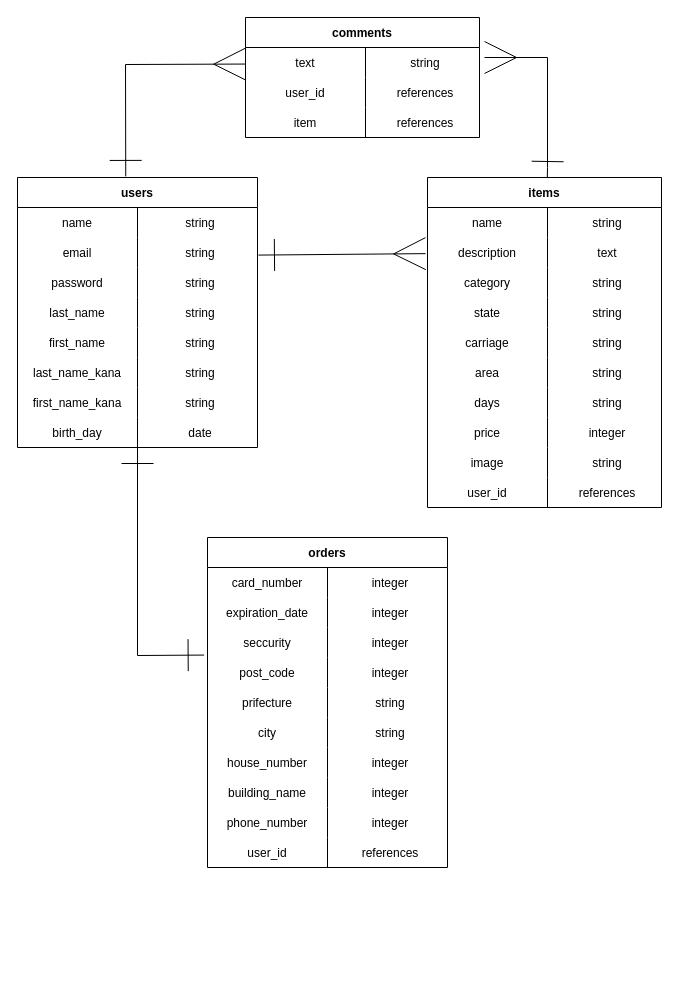
Earlier version of the draw.io diagram ER.dio (takamasa3288/furima-31935). Source tidied: cells renumbered, new cells numbered last; positions are measured from the earlier drawing's top-left corner, leaving out a move shared by most shapes. Both pictures are drawn from the tidied source at 100%, with x=0, y=0 at pixel (17, 17).
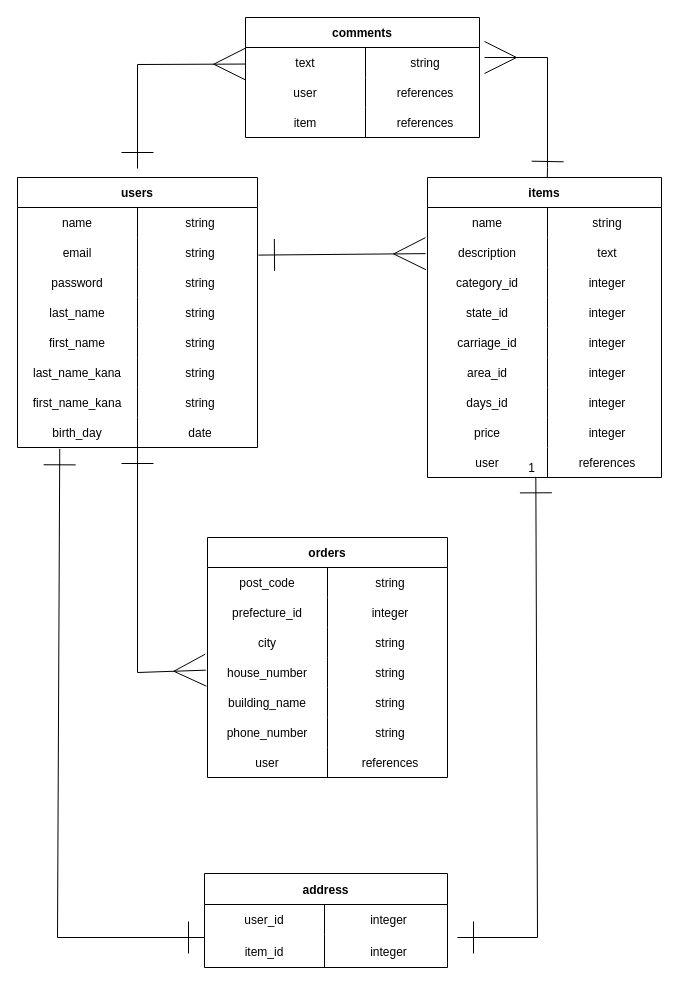
The same diagram, later.

Unchanged cells that the change refers to:
```xml
<mxCell id="5" value="users" style="shape=table;startSize=30;childLayout=tableLayout;rowLines=0;fontStyle=1;align=center;fillColor=none;" parent="1" vertex="1">
  <mxGeometry y="160" width="240" height="270" as="geometry" />
</mxCell>
<mxCell id="27" style="shape=partialRectangle;fillColor=none;top=0;left=0;bottom=0;right=0;points=[[0,0.5],[1,0.5]];portConstraint=eastwest;" parent="5" vertex="1">
  <mxGeometry y="240" width="240" height="30" as="geometry" />
</mxCell>
<mxCell id="38" style="shape=partialRectangle;fillColor=none;top=0;left=0;bottom=0;right=0;" parent="31" vertex="1">
  <mxGeometry y="90" width="234" height="30" as="geometry" />
</mxCell>
<mxCell id="41" style="shape=partialRectangle;fillColor=none;top=0;left=0;bottom=0;right=0;" parent="31" vertex="1">
  <mxGeometry y="120" width="234" height="30" as="geometry" />
</mxCell>
<mxCell id="44" style="shape=partialRectangle;fillColor=none;top=0;left=0;bottom=0;right=0;" parent="31" vertex="1">
  <mxGeometry y="150" width="234" height="30" as="geometry" />
</mxCell>
<mxCell id="47" style="shape=partialRectangle;fillColor=none;top=0;left=0;bottom=0;right=0;" parent="31" vertex="1">
  <mxGeometry y="180" width="234" height="30" as="geometry" />
</mxCell>
<mxCell id="50" style="shape=partialRectangle;fillColor=none;top=0;left=0;bottom=0;right=0;" parent="31" vertex="1">
  <mxGeometry y="210" width="234" height="30" as="geometry" />
</mxCell>
<mxCell id="93" value="comments" style="shape=table;startSize=30;childLayout=tableLayout;rowLines=0;fontStyle=1;align=center;fillColor=none;" parent="1" vertex="1">
  <mxGeometry x="228" width="234" height="120" as="geometry" />
</mxCell>
<mxCell id="97" style="shape=partialRectangle;fillColor=none;top=0;left=0;bottom=0;right=0;" parent="93" vertex="1">
  <mxGeometry y="60" width="234" height="30" as="geometry" />
</mxCell>
```

Diff of the diagram source:
```diff
@@
-    <mxCell id="3" style="edgeStyle=none;rounded=0;jettySize=auto;html=1;entryX=0.001;entryY=0.388;entryDx=0;entryDy=0;entryPerimeter=0;startSize=30;endArrow=ERmany;endFill=0;exitX=0.451;exitY=-0.004;exitDx=0;exitDy=0;exitPerimeter=0;endSize=30;startFill=0;startArrow=ERone;" parent="1" edge="1" source="5" target="93">
+    <mxCell id="3" style="edgeStyle=none;rounded=0;jettySize=auto;html=1;entryX=0.001;entryY=0.388;entryDx=0;entryDy=0;entryPerimeter=0;startSize=30;endArrow=ERmany;endFill=0;endSize=30;startFill=0;startArrow=ERone;" parent="1" edge="1" target="93">
       <mxGeometry relative="1" as="geometry">
+        <mxPoint x="120" y="151" as="sourcePoint" />
         <Array as="points">
-          <mxPoint x="108" y="47" />
+          <mxPoint x="120" y="47" />
         </Array>
       </mxGeometry>
     </mxCell>
-    <mxCell id="4" style="edgeStyle=none;rounded=0;jettySize=auto;html=1;startSize=30;endArrow=ERone;endFill=0;entryX=-0.014;entryY=-0.081;entryDx=0;entryDy=0;entryPerimeter=0;startArrow=ERone;startFill=0;endSize=30;" parent="1" edge="1" source="5" target="72">
+    <mxCell id="4" style="edgeStyle=none;rounded=0;jettySize=auto;html=1;startSize=30;endArrow=ERmany;endFill=0;entryX=-0.007;entryY=0.422;entryDx=0;entryDy=0;entryPerimeter=0;startArrow=ERone;startFill=0;endSize=30;" parent="1" edge="1" source="5" target="81">
       <mxGeometry relative="1" as="geometry">
         <Array as="points">
-          <mxPoint x="120" y="638" />
+          <mxPoint x="120" y="655" />
         </Array>
       </mxGeometry>
     </mxCell>
@@
     <mxCell id="31" value="items" style="shape=table;startSize=30;childLayout=tableLayout;rowLines=0;fontStyle=1;align=center;fillColor=none;" parent="1" vertex="1">
-      <mxGeometry x="410" y="160" width="234" height="330" as="geometry" />
+      <mxGeometry x="410" y="160" width="234" height="300" as="geometry" />
     </mxCell>
@@
-    <mxCell id="39" value="category" style="shape=partialRectangle;fillColor=none;top=0;left=0;bottom=0;right=0;overflow=hidden;" parent="38" vertex="1">
+    <mxCell id="39" value="category_id" style="shape=partialRectangle;fillColor=none;top=0;left=0;bottom=0;right=0;overflow=hidden;" parent="38" vertex="1">
       <mxGeometry width="120" height="30" as="geometry" />
     </mxCell>
-    <mxCell id="40" value="string" style="shape=partialRectangle;fillColor=none;top=0;left=0;bottom=0;right=0;align=center;spacingLeft=6;overflow=hidden;shadow=0;" parent="38" vertex="1">
+    <mxCell id="40" value="integer" style="shape=partialRectangle;fillColor=none;top=0;left=0;bottom=0;right=0;align=center;spacingLeft=6;overflow=hidden;shadow=0;" parent="38" vertex="1">
       <mxGeometry x="120" width="114" height="30" as="geometry" />
     </mxCell>
@@
-    <mxCell id="42" value="state" style="shape=partialRectangle;fillColor=none;top=0;left=0;bottom=0;right=0;overflow=hidden;" parent="41" vertex="1">
+    <mxCell id="42" value="state_id" style="shape=partialRectangle;fillColor=none;top=0;left=0;bottom=0;right=0;overflow=hidden;" parent="41" vertex="1">
       <mxGeometry width="120" height="30" as="geometry" />
     </mxCell>
-    <mxCell id="43" value="string" style="shape=partialRectangle;fillColor=none;top=0;left=0;bottom=0;right=0;align=center;spacingLeft=6;overflow=hidden;shadow=0;" parent="41" vertex="1">
+    <mxCell id="43" value="integer" style="shape=partialRectangle;fillColor=none;top=0;left=0;bottom=0;right=0;align=center;spacingLeft=6;overflow=hidden;shadow=0;" parent="41" vertex="1">
       <mxGeometry x="120" width="114" height="30" as="geometry" />
     </mxCell>
@@
-    <mxCell id="45" value="carriage" style="shape=partialRectangle;fillColor=none;top=0;left=0;bottom=0;right=0;overflow=hidden;" parent="44" vertex="1">
+    <mxCell id="45" value="carriage_id" style="shape=partialRectangle;fillColor=none;top=0;left=0;bottom=0;right=0;overflow=hidden;" parent="44" vertex="1">
       <mxGeometry width="120" height="30" as="geometry" />
     </mxCell>
-    <mxCell id="46" value="string" style="shape=partialRectangle;fillColor=none;top=0;left=0;bottom=0;right=0;align=center;spacingLeft=6;overflow=hidden;shadow=0;" parent="44" vertex="1">
+    <mxCell id="46" value="integer" style="shape=partialRectangle;fillColor=none;top=0;left=0;bottom=0;right=0;align=center;spacingLeft=6;overflow=hidden;shadow=0;" parent="44" vertex="1">
       <mxGeometry x="120" width="114" height="30" as="geometry" />
     </mxCell>
@@
-    <mxCell id="48" value="area" style="shape=partialRectangle;fillColor=none;top=0;left=0;bottom=0;right=0;overflow=hidden;" parent="47" vertex="1">
+    <mxCell id="48" value="area_id" style="shape=partialRectangle;fillColor=none;top=0;left=0;bottom=0;right=0;overflow=hidden;" parent="47" vertex="1">
       <mxGeometry width="120" height="30" as="geometry" />
     </mxCell>
-    <mxCell id="49" value="string" style="shape=partialRectangle;fillColor=none;top=0;left=0;bottom=0;right=0;align=center;spacingLeft=6;overflow=hidden;shadow=0;" parent="47" vertex="1">
+    <mxCell id="49" value="integer" style="shape=partialRectangle;fillColor=none;top=0;left=0;bottom=0;right=0;align=center;spacingLeft=6;overflow=hidden;shadow=0;" parent="47" vertex="1">
       <mxGeometry x="120" width="114" height="30" as="geometry" />
     </mxCell>
@@
-    <mxCell id="51" value="days" style="shape=partialRectangle;fillColor=none;top=0;left=0;bottom=0;right=0;overflow=hidden;" parent="50" vertex="1">
+    <mxCell id="51" value="days_id" style="shape=partialRectangle;fillColor=none;top=0;left=0;bottom=0;right=0;overflow=hidden;" parent="50" vertex="1">
       <mxGeometry width="120" height="30" as="geometry" />
     </mxCell>
-    <mxCell id="52" value="string" style="shape=partialRectangle;fillColor=none;top=0;left=0;bottom=0;right=0;align=center;spacingLeft=6;overflow=hidden;shadow=0;" parent="50" vertex="1">
+    <mxCell id="52" value="integer" style="shape=partialRectangle;fillColor=none;top=0;left=0;bottom=0;right=0;align=center;spacingLeft=6;overflow=hidden;shadow=0;" parent="50" vertex="1">
       <mxGeometry x="120" width="114" height="30" as="geometry" />
     </mxCell>
@@
-    <mxCell id="56" style="shape=partialRectangle;fillColor=none;top=0;left=0;bottom=0;right=0;" parent="31" vertex="1">
-      <mxGeometry y="270" width="234" height="30" as="geometry" />
-    </mxCell>
-    <mxCell id="57" value="image" style="shape=partialRectangle;fillColor=none;top=0;left=0;bottom=0;right=0;overflow=hidden;" parent="56" vertex="1">
-      <mxGeometry width="120" height="30" as="geometry" />
-    </mxCell>
-    <mxCell id="58" value="string" style="shape=partialRectangle;fillColor=none;top=0;left=0;bottom=0;right=0;align=center;spacingLeft=6;overflow=hidden;shadow=0;" parent="56" vertex="1">
-      <mxGeometry x="120" width="114" height="30" as="geometry" />
-    </mxCell>
     <mxCell id="59" style="shape=partialRectangle;fillColor=none;top=0;left=0;bottom=0;right=0;points=[[0,0.5],[1,0.5]];portConstraint=eastwest;" parent="31" vertex="1">
-      <mxGeometry y="300" width="234" height="30" as="geometry" />
+      <mxGeometry y="270" width="234" height="30" as="geometry" />
     </mxCell>
-    <mxCell id="60" value="user_id" style="shape=partialRectangle;fillColor=none;top=0;left=0;bottom=0;right=0;overflow=hidden;" parent="59" vertex="1">
+    <mxCell id="60" value="user" style="shape=partialRectangle;fillColor=none;top=0;left=0;bottom=0;right=0;overflow=hidden;" parent="59" vertex="1">
       <mxGeometry width="120" height="30" as="geometry" />
     </mxCell>
@@
     <mxCell id="62" value="orders" style="shape=table;startSize=30;childLayout=tableLayout;rowLines=0;fontStyle=1;align=center;fillColor=none;" parent="1" vertex="1">
-      <mxGeometry x="190" y="520" width="240" height="330" as="geometry" />
+      <mxGeometry x="190" y="520" width="240" height="240" as="geometry" />
     </mxCell>
-    <mxCell id="63" style="shape=partialRectangle;fillColor=none;top=0;left=0;bottom=0;right=0;" parent="62" vertex="1">
-      <mxGeometry y="30" width="240" height="30" as="geometry" />
-    </mxCell>
-    <mxCell id="64" value="card_number" style="shape=partialRectangle;fillColor=none;top=0;left=0;bottom=0;right=0;overflow=hidden;" parent="63" vertex="1">
-      <mxGeometry width="120" height="30" as="geometry" />
-    </mxCell>
-    <mxCell id="65" value="integer" style="shape=partialRectangle;fillColor=none;top=0;left=0;bottom=0;right=0;align=center;spacingLeft=6;overflow=hidden;shadow=0;" parent="63" vertex="1">
-      <mxGeometry x="120" width="120" height="30" as="geometry" />
-    </mxCell>
-    <mxCell id="66" style="shape=partialRectangle;fillColor=none;top=0;left=0;bottom=0;right=0;" parent="62" vertex="1">
-      <mxGeometry y="60" width="240" height="30" as="geometry" />
-    </mxCell>
-    <mxCell id="67" value="expiration_date" style="shape=partialRectangle;fillColor=none;top=0;left=0;bottom=0;right=0;overflow=hidden;" parent="66" vertex="1">
-      <mxGeometry width="120" height="30" as="geometry" />
-    </mxCell>
-    <mxCell id="68" value="integer" style="shape=partialRectangle;fillColor=none;top=0;left=0;bottom=0;right=0;align=center;spacingLeft=6;overflow=hidden;shadow=0;" parent="66" vertex="1">
-      <mxGeometry x="120" width="120" height="30" as="geometry" />
-    </mxCell>
-    <mxCell id="69" style="shape=partialRectangle;fillColor=none;top=0;left=0;bottom=0;right=0;" parent="62" vertex="1">
-      <mxGeometry y="90" width="240" height="30" as="geometry" />
-    </mxCell>
-    <mxCell id="70" value="seccurity" style="shape=partialRectangle;fillColor=none;top=0;left=0;bottom=0;right=0;overflow=hidden;" parent="69" vertex="1">
-      <mxGeometry width="120" height="30" as="geometry" />
-    </mxCell>
-    <mxCell id="71" value="integer" style="shape=partialRectangle;fillColor=none;top=0;left=0;bottom=0;right=0;align=center;spacingLeft=6;overflow=hidden;shadow=0;" parent="69" vertex="1">
-      <mxGeometry x="120" width="120" height="30" as="geometry" />
-    </mxCell>
     <mxCell id="72" style="shape=partialRectangle;fillColor=none;top=0;left=0;bottom=0;right=0;points=[[0,0.5],[1,0.5]];portConstraint=eastwest;" parent="62" vertex="1">
-      <mxGeometry y="120" width="240" height="30" as="geometry" />
+      <mxGeometry y="30" width="240" height="30" as="geometry" />
     </mxCell>
@@
-    <mxCell id="74" value="integer" style="shape=partialRectangle;fillColor=none;top=0;left=0;bottom=0;right=0;align=center;spacingLeft=6;overflow=hidden;shadow=0;" parent="72" vertex="1">
+    <mxCell id="74" value="string" style="shape=partialRectangle;fillColor=none;top=0;left=0;bottom=0;right=0;align=center;spacingLeft=6;overflow=hidden;shadow=0;" parent="72" vertex="1">
       <mxGeometry x="120" width="120" height="30" as="geometry" />
     </mxCell>
     <mxCell id="75" style="shape=partialRectangle;fillColor=none;top=0;left=0;bottom=0;right=0;" parent="62" vertex="1">
-      <mxGeometry y="150" width="240" height="30" as="geometry" />
+      <mxGeometry y="60" width="240" height="30" as="geometry" />
     </mxCell>
-    <mxCell id="76" value="prifecture" style="shape=partialRectangle;fillColor=none;top=0;left=0;bottom=0;right=0;overflow=hidden;" parent="75" vertex="1">
+    <mxCell id="76" value="prefecture_id" style="shape=partialRectangle;fillColor=none;top=0;left=0;bottom=0;right=0;overflow=hidden;fontStyle=0;" parent="75" vertex="1">
       <mxGeometry width="120" height="30" as="geometry" />
     </mxCell>
-    <mxCell id="77" value="string" style="shape=partialRectangle;fillColor=none;top=0;left=0;bottom=0;right=0;align=center;spacingLeft=6;overflow=hidden;shadow=0;" parent="75" vertex="1">
+    <mxCell id="77" value="integer" style="shape=partialRectangle;fillColor=none;top=0;left=0;bottom=0;right=0;align=center;spacingLeft=6;overflow=hidden;shadow=0;" parent="75" vertex="1">
       <mxGeometry x="120" width="120" height="30" as="geometry" />
     </mxCell>
     <mxCell id="78" style="shape=partialRectangle;fillColor=none;top=0;left=0;bottom=0;right=0;" parent="62" vertex="1">
-      <mxGeometry y="180" width="240" height="30" as="geometry" />
+      <mxGeometry y="90" width="240" height="30" as="geometry" />
     </mxCell>
@@
     <mxCell id="81" style="shape=partialRectangle;fillColor=none;top=0;left=0;bottom=0;right=0;points=[[0,0.5],[1,0.5]];portConstraint=eastwest;" parent="62" vertex="1">
-      <mxGeometry y="210" width="240" height="30" as="geometry" />
+      <mxGeometry y="120" width="240" height="30" as="geometry" />
     </mxCell>
@@
-    <mxCell id="83" value="integer" style="shape=partialRectangle;fillColor=none;top=0;left=0;bottom=0;right=0;align=center;spacingLeft=6;overflow=hidden;shadow=0;" parent="81" vertex="1">
+    <mxCell id="83" value="string" style="shape=partialRectangle;fillColor=none;top=0;left=0;bottom=0;right=0;align=center;spacingLeft=6;overflow=hidden;shadow=0;" parent="81" vertex="1">
       <mxGeometry x="120" width="120" height="30" as="geometry" />
     </mxCell>
     <mxCell id="84" style="shape=partialRectangle;fillColor=none;top=0;left=0;bottom=0;right=0;" parent="62" vertex="1">
-      <mxGeometry y="240" width="240" height="30" as="geometry" />
+      <mxGeometry y="150" width="240" height="30" as="geometry" />
     </mxCell>
@@
-    <mxCell id="86" value="integer" style="shape=partialRectangle;fillColor=none;top=0;left=0;bottom=0;right=0;align=center;spacingLeft=6;overflow=hidden;shadow=0;" parent="84" vertex="1">
+    <mxCell id="86" value="string" style="shape=partialRectangle;fillColor=none;top=0;left=0;bottom=0;right=0;align=center;spacingLeft=6;overflow=hidden;shadow=0;" parent="84" vertex="1">
       <mxGeometry x="120" width="120" height="30" as="geometry" />
     </mxCell>
     <mxCell id="87" style="shape=partialRectangle;fillColor=none;top=0;left=0;bottom=0;right=0;" parent="62" vertex="1">
-      <mxGeometry y="270" width="240" height="30" as="geometry" />
+      <mxGeometry y="180" width="240" height="30" as="geometry" />
     </mxCell>
@@
-    <mxCell id="89" value="integer" style="shape=partialRectangle;fillColor=none;top=0;left=0;bottom=0;right=0;align=center;spacingLeft=6;overflow=hidden;shadow=0;" parent="87" vertex="1">
+    <mxCell id="89" value="string" style="shape=partialRectangle;fillColor=none;top=0;left=0;bottom=0;right=0;align=center;spacingLeft=6;overflow=hidden;shadow=0;" parent="87" vertex="1">
       <mxGeometry x="120" width="120" height="30" as="geometry" />
     </mxCell>
     <mxCell id="90" style="shape=partialRectangle;fillColor=none;top=0;left=0;bottom=0;right=0;" parent="62" vertex="1">
-      <mxGeometry y="300" width="240" height="30" as="geometry" />
+      <mxGeometry y="210" width="240" height="30" as="geometry" />
     </mxCell>
-    <mxCell id="91" value="user_id" style="shape=partialRectangle;fillColor=none;top=0;left=0;bottom=0;right=0;overflow=hidden;" parent="90" vertex="1">
+    <mxCell id="91" value="user" style="shape=partialRectangle;fillColor=none;top=0;left=0;bottom=0;right=0;overflow=hidden;" parent="90" vertex="1">
       <mxGeometry width="120" height="30" as="geometry" />
     </mxCell>
@@
-    <mxCell id="98" value="user_id" style="shape=partialRectangle;fillColor=none;top=0;left=0;bottom=0;right=0;overflow=hidden;" parent="97" vertex="1">
+    <mxCell id="98" value="user" style="shape=partialRectangle;fillColor=none;top=0;left=0;bottom=0;right=0;overflow=hidden;" parent="97" vertex="1">
       <mxGeometry width="120" height="30" as="geometry" />
     </mxCell>
@@
+    <mxCell id="104" value="address" style="shape=table;startSize=31;childLayout=tableLayout;rowLines=0;fontStyle=1;align=center;fillColor=none;labelBackgroundColor=none;" parent="1" vertex="1">
+      <mxGeometry x="187" y="856" width="243" height="94" as="geometry" />
+    </mxCell>
+    <mxCell id="105" style="shape=partialRectangle;fillColor=none;top=0;left=0;bottom=0;right=0;" parent="104" vertex="1">
+      <mxGeometry y="31" width="243" height="30" as="geometry" />
+    </mxCell>
+    <mxCell id="106" value="user_id" style="shape=partialRectangle;fillColor=none;top=0;left=0;bottom=0;right=0;overflow=hidden;" parent="105" vertex="1">
+      <mxGeometry width="120" height="30" as="geometry" />
+    </mxCell>
+    <mxCell id="107" value="integer" style="shape=partialRectangle;fillColor=none;top=0;left=0;bottom=0;right=0;align=center;spacingLeft=6;overflow=hidden;shadow=0;" parent="105" vertex="1">
+      <mxGeometry x="120" width="123" height="30" as="geometry" />
+    </mxCell>
+    <mxCell id="108" style="shape=partialRectangle;fillColor=none;top=0;left=0;bottom=0;right=0;" parent="104" vertex="1">
+      <mxGeometry y="61" width="243" height="33" as="geometry" />
+    </mxCell>
+    <mxCell id="109" value="item_id" style="shape=partialRectangle;fillColor=none;top=0;left=0;bottom=0;right=0;overflow=hidden;" parent="108" vertex="1">
+      <mxGeometry width="120" height="33" as="geometry" />
+    </mxCell>
+    <mxCell id="110" value="integer" style="shape=partialRectangle;fillColor=none;top=0;left=0;bottom=0;right=0;align=center;spacingLeft=6;overflow=hidden;shadow=0;" parent="108" vertex="1">
+      <mxGeometry x="120" width="123" height="33" as="geometry" />
+    </mxCell>
+    <mxCell id="111" style="endArrow=ERone;html=1;rounded=0;entryX=0.463;entryY=0.978;entryDx=0;entryDy=0;entryPerimeter=0;startArrow=ERone;startFill=0;endSize=30;endFill=0;startSize=30;" parent="1" edge="1" target="59">
+      <mxGeometry relative="1" as="geometry">
+        <mxPoint x="440" y="920" as="sourcePoint" />
+        <Array as="points">
+          <mxPoint x="520" y="920" />
+        </Array>
+      </mxGeometry>
+    </mxCell>
+    <mxCell id="112" value="1" style="html=1;align=right;verticalAlign=bottom;" parent="111" vertex="1">
+      <mxGeometry x="1" relative="1" as="geometry" />
+    </mxCell>
+    <mxCell id="113" style="endArrow=ERone;html=1;rounded=0;startArrow=ERone;startFill=0;endFill=0;endSize=30;startSize=30;exitX=0.176;exitY=1.044;exitDx=0;exitDy=0;exitPerimeter=0;" parent="1" edge="1" source="27">
+      <mxGeometry relative="1" as="geometry">
+        <mxPoint x="187" y="920" as="targetPoint" />
+        <Array as="points">
+          <mxPoint x="40" y="920" />
+        </Array>
+      </mxGeometry>
+    </mxCell>
```
